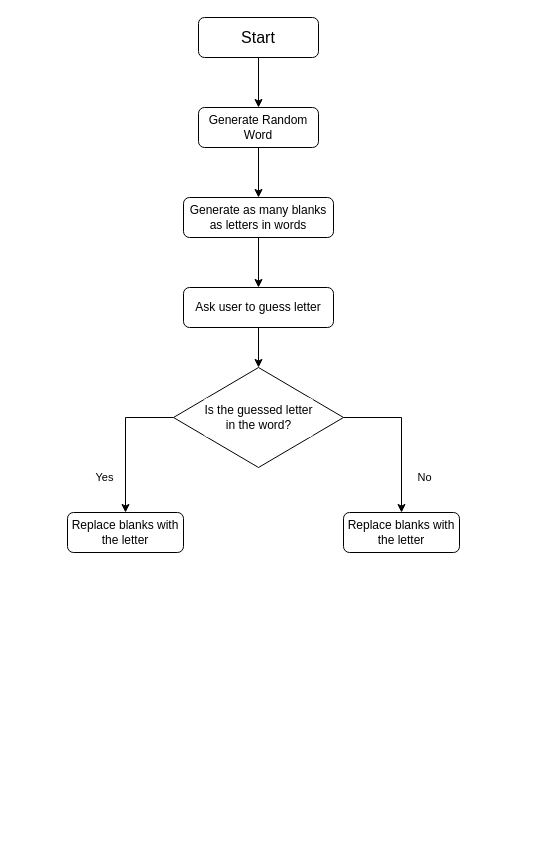
Earlier version of the draw.io diagram Hangman.drawio (Lord-imli/100_days_of_python). Source tidied: cells renumbered, new cells numbered last; positions are measured from the earlier drawing's top-left corner, leaving out a move shared by most shapes. Both pictures are drawn from the tidied source at 100%, with x=0, y=0 at pixel (67, 17).
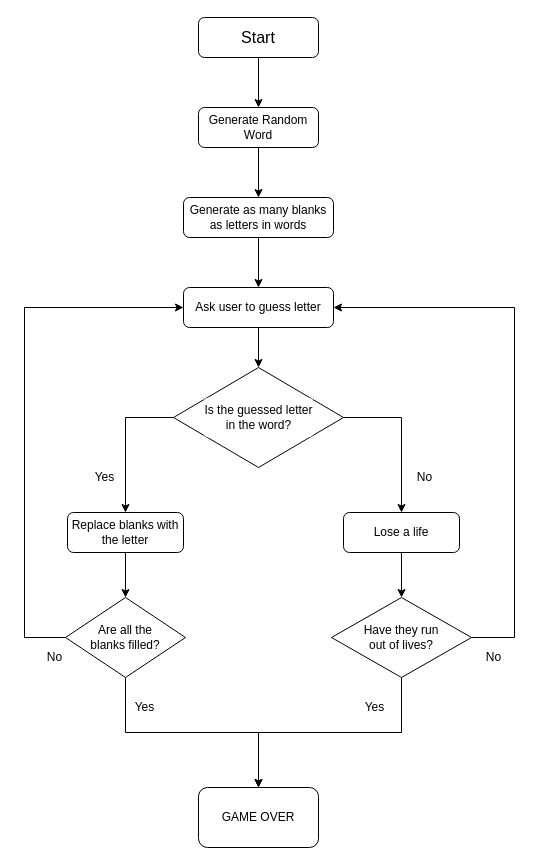
After the change.

Unchanged cells that the change refers to:
```xml
<mxCell id="9" value="Ask user to guess letter" style="rounded=1;whiteSpace=wrap;html=1;fontSize=12;glass=0;strokeWidth=1;shadow=0;" parent="1" vertex="1">
  <mxGeometry x="116" y="270" width="150" height="40" as="geometry" />
</mxCell>
<mxCell id="12" style="rhombus;whiteSpace=wrap;html=1;align=center;" parent="1" vertex="1">
  <mxGeometry x="106" y="350" width="170" height="100" as="geometry" />
</mxCell>
<mxCell id="14" value="Replace blanks with the letter" style="rounded=1;whiteSpace=wrap;html=1;fontSize=12;glass=0;strokeWidth=1;shadow=0;" parent="1" vertex="1">
  <mxGeometry y="495" width="116" height="40" as="geometry" />
</mxCell>
```

What changed in the source:
```diff
@@
-    <mxCell id="10" value="Yes" style="edgeStyle=orthogonalEdgeStyle;rounded=0;jettySize=auto;html=1;exitX=0;exitY=0.5;exitDx=0;exitDy=0;entryX=0.5;entryY=0;entryDx=0;entryDy=0;" parent="1" edge="1" source="12" target="14">
+    <mxCell id="10" value="Yes" style="edgeStyle=orthogonalEdgeStyle;rounded=0;jettySize=auto;html=1;exitX=0;exitY=0.5;exitDx=0;exitDy=0;entryX=0.5;entryY=0;entryDx=0;entryDy=0;fontSize=12;" parent="1" edge="1" source="12" target="14">
       <mxGeometry x="0.51" y="-21" relative="1" as="geometry" />
     </mxCell>
-    <mxCell id="11" value="No" style="edgeStyle=orthogonalEdgeStyle;rounded=0;jettySize=auto;html=1;exitX=1;exitY=0.5;exitDx=0;exitDy=0;entryX=0.5;entryY=0;entryDx=0;entryDy=0;" parent="1" edge="1" source="12" target="15">
+    <mxCell id="11" value="No" style="edgeStyle=orthogonalEdgeStyle;rounded=0;jettySize=auto;html=1;exitX=1;exitY=0.5;exitDx=0;exitDy=0;entryX=0.5;entryY=0;entryDx=0;entryDy=0;fontSize=12;" parent="1" edge="1" source="12" target="15">
       <mxGeometry x="0.54" y="23" relative="1" as="geometry" />
     </mxCell>
@@
+    <mxCell id="16" style="edgeStyle=orthogonalEdgeStyle;rounded=0;jettySize=auto;html=1;exitX=0.5;exitY=1;exitDx=0;exitDy=0;entryX=0.5;entryY=0;entryDx=0;entryDy=0;fontSize=12;" parent="1" edge="1" source="15" target="22">
+      <mxGeometry relative="1" as="geometry" />
+    </mxCell>
-    <mxCell id="15" value="Replace blanks with the letter" style="rounded=1;whiteSpace=wrap;html=1;fontSize=12;glass=0;strokeWidth=1;shadow=0;" parent="1" vertex="1">
+    <mxCell id="15" value="Lose a life" style="rounded=1;whiteSpace=wrap;html=1;fontSize=12;glass=0;strokeWidth=1;shadow=0;" parent="1" vertex="1">
       <mxGeometry x="276" y="495" width="116" height="40" as="geometry" />
     </mxCell>
+    <mxCell id="17" value="No" style="edgeStyle=orthogonalEdgeStyle;rounded=0;jettySize=auto;html=1;exitX=0;exitY=0.5;exitDx=0;exitDy=0;entryX=0;entryY=0.5;entryDx=0;entryDy=0;fontSize=12;" parent="1" edge="1" source="19" target="9">
+      <mxGeometry x="-0.96" y="20" relative="1" as="geometry">
+        <Array as="points">
+          <mxPoint x="-43" y="620" />
+          <mxPoint x="-43" y="290" />
+        </Array>
+      </mxGeometry>
+    </mxCell>
+    <mxCell id="18" value="Yes" style="edgeStyle=orthogonalEdgeStyle;rounded=0;jettySize=auto;html=1;exitX=0.5;exitY=1;exitDx=0;exitDy=0;entryX=0.5;entryY=0;entryDx=0;entryDy=0;fontSize=12;" parent="1" edge="1" source="19" target="24">
+      <mxGeometry x="-0.75" y="19" relative="1" as="geometry" />
+    </mxCell>
+    <mxCell id="19" value="Are all the &lt;br&gt;blanks filled?" style="rhombus;whiteSpace=wrap;html=1;fillColor=#ffffff;" parent="1" vertex="1">
+      <mxGeometry x="-2" y="580" width="120" height="80" as="geometry" />
+    </mxCell>
+    <mxCell id="20" style="endArrow=classic;html=1;exitX=0.5;exitY=1;exitDx=0;exitDy=0;entryX=0.5;entryY=0;entryDx=0;entryDy=0;" parent="1" edge="1" source="14" target="19">
+      <mxGeometry relative="1" as="geometry" />
+    </mxCell>
+    <mxCell id="21" value="Yes" style="edgeStyle=orthogonalEdgeStyle;rounded=0;jettySize=auto;html=1;exitX=0.5;exitY=1;exitDx=0;exitDy=0;fontSize=12;" parent="1" edge="1" source="22" target="24">
+      <mxGeometry x="-0.35" y="-25" relative="1" as="geometry" />
+    </mxCell>
+    <mxCell id="22" value="Have they run&lt;br&gt;out of lives?" style="rhombus;whiteSpace=wrap;html=1;fillColor=#ffffff;" parent="1" vertex="1">
+      <mxGeometry x="264" y="580" width="140" height="80" as="geometry" />
+    </mxCell>
+    <mxCell id="23" value="No" style="edgeStyle=orthogonalEdgeStyle;rounded=0;jettySize=auto;html=1;exitX=1;exitY=0.5;exitDx=0;exitDy=0;entryX=1;entryY=0.5;entryDx=0;entryDy=0;fontSize=12;" parent="1" edge="1" source="22" target="9">
+      <mxGeometry x="-0.92" y="-20" relative="1" as="geometry">
+        <Array as="points">
+          <mxPoint x="447" y="620" />
+          <mxPoint x="447" y="290" />
+        </Array>
+      </mxGeometry>
+    </mxCell>
+    <mxCell id="24" value="GAME OVER" style="rounded=1;whiteSpace=wrap;html=1;fontSize=12;fillColor=#ffffff;" parent="1" vertex="1">
+      <mxGeometry x="131" y="770" width="120" height="60" as="geometry" />
+    </mxCell>
```
